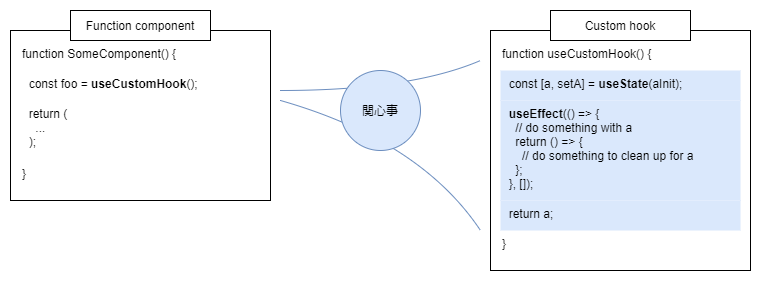
Above: images/what-makes-me-happy-with-react-hooks/custom-hook.png in blog-fukuchiharuki-me/blog-fukuchiharuki-me.github.io (draw.io), before the change. Source tidied: cells renumbered, new cells last; positions are measured from the earlier drawing's top-left corner, leaving out a move shared by most shapes. The source it was exported from:
```xml
<mxGraphModel>
  <root>
    <mxCell id="0" />
    <mxCell id="1" parent="0" />
    <mxCell id="2" style="rounded=0;whiteSpace=wrap;html=1;align=left;" parent="1" vertex="1">
      <mxGeometry x="480" y="20" width="260" height="240" as="geometry" />
    </mxCell>
    <mxCell id="3" value="function useCustomHook() {" style="rounded=0;whiteSpace=wrap;html=1;arcSize=9;verticalAlign=top;align=left;strokeColor=none;" parent="1" vertex="1">
      <mxGeometry x="490" y="30" width="240" height="30" as="geometry" />
    </mxCell>
    <mxCell id="4" value="}" style="rounded=0;whiteSpace=wrap;html=1;arcSize=9;verticalAlign=top;align=left;strokeColor=none;" parent="1" vertex="1">
      <mxGeometry x="490" y="220" width="240" height="30" as="geometry" />
    </mxCell>
    <mxCell id="5" value="&amp;nbsp; return a;" style="rounded=0;whiteSpace=wrap;html=1;arcSize=6;verticalAlign=top;align=left;fillColor=#dae8fc;strokeColor=none;" parent="1" vertex="1">
      <mxGeometry x="490" y="190" width="240" height="30" as="geometry" />
    </mxCell>
    <mxCell id="6" value="&amp;nbsp; &lt;b&gt;useEffect&lt;/b&gt;(() =&amp;gt; {&lt;br&gt;&amp;nbsp; &amp;nbsp; // do something with a&lt;br&gt;&amp;nbsp; &amp;nbsp; return () =&amp;gt; {&lt;br&gt;&amp;nbsp; &amp;nbsp; &amp;nbsp; // do something to clean up for a&lt;br&gt;&amp;nbsp; &amp;nbsp; };&lt;br&gt;&amp;nbsp; }, []);" style="rounded=0;whiteSpace=wrap;html=1;arcSize=9;verticalAlign=top;align=left;fillColor=#dae8fc;strokeColor=none;" parent="1" vertex="1">
      <mxGeometry x="490" y="90" width="240" height="100" as="geometry" />
    </mxCell>
    <mxCell id="7" value="Custom hook" style="rounded=0;whiteSpace=wrap;html=1;sketch=0;align=center;" parent="1" vertex="1">
      <mxGeometry x="540" width="140" height="30" as="geometry" />
    </mxCell>
    <mxCell id="8" value="&amp;nbsp; const [a, setA] = &lt;b&gt;useState&lt;/b&gt;(aInit);" style="rounded=0;whiteSpace=wrap;html=1;arcSize=9;verticalAlign=top;align=left;fillColor=#dae8fc;strokeColor=none;" parent="1" vertex="1">
      <mxGeometry x="490" y="60" width="240" height="30" as="geometry" />
    </mxCell>
    <mxCell id="9" style="rounded=0;whiteSpace=wrap;html=1;align=left;" parent="1" vertex="1">
      <mxGeometry y="20" width="260" height="170" as="geometry" />
    </mxCell>
    <mxCell id="10" value="function SomeComponent() {" style="rounded=0;whiteSpace=wrap;html=1;arcSize=9;verticalAlign=top;align=left;strokeColor=none;" parent="1" vertex="1">
      <mxGeometry x="10" y="30" width="240" height="30" as="geometry" />
    </mxCell>
    <mxCell id="11" value="}" style="rounded=0;whiteSpace=wrap;html=1;arcSize=9;verticalAlign=top;align=left;strokeColor=none;" parent="1" vertex="1">
      <mxGeometry x="10" y="150" width="240" height="30" as="geometry" />
    </mxCell>
    <mxCell id="12" value="&amp;nbsp; return (&lt;br&gt;&amp;nbsp; &amp;nbsp; ...&lt;br&gt;&amp;nbsp; );" style="rounded=0;whiteSpace=wrap;html=1;arcSize=6;verticalAlign=top;align=left;strokeColor=none;" parent="1" vertex="1">
      <mxGeometry x="10" y="90" width="240" height="60" as="geometry" />
    </mxCell>
    <mxCell id="13" value="&amp;nbsp; const foo =&amp;nbsp;&lt;b&gt;useCustomHook&lt;/b&gt;();" style="rounded=0;whiteSpace=wrap;html=1;arcSize=9;verticalAlign=top;align=left;strokeColor=none;fillColor=none;" parent="1" vertex="1">
      <mxGeometry x="10" y="60" width="240" height="30" as="geometry" />
    </mxCell>
    <mxCell id="14" value="Function component" style="rounded=0;whiteSpace=wrap;html=1;sketch=0;align=center;" parent="1" vertex="1">
      <mxGeometry x="60" width="140" height="30" as="geometry" />
    </mxCell>
    <mxCell id="15" style="curved=1;endArrow=none;html=1;endFill=0;strokeColor=#6C8EBF;" parent="1" edge="1">
      <mxGeometry relative="1" as="geometry">
        <mxPoint x="270" y="80" as="sourcePoint" />
        <mxPoint x="470" y="50" as="targetPoint" />
        <Array as="points">
          <mxPoint x="400" y="80" />
        </Array>
      </mxGeometry>
    </mxCell>
    <mxCell id="16" style="curved=1;endArrow=none;html=1;endFill=0;strokeColor=#6C8EBF;" parent="1" edge="1">
      <mxGeometry relative="1" as="geometry">
        <mxPoint x="270" y="90" as="sourcePoint" />
        <mxPoint x="470" y="220" as="targetPoint" />
        <Array as="points">
          <mxPoint x="410" y="130" />
        </Array>
      </mxGeometry>
    </mxCell>
    <mxCell id="17" value="関心事" style="ellipse;whiteSpace=wrap;html=1;rounded=0;sketch=0;fillColor=#dae8fc;align=center;strokeColor=#6C8EBF;" parent="1" vertex="1">
      <mxGeometry x="330" y="60" width="80" height="80" as="geometry" />
    </mxCell>
  </root>
</mxGraphModel>
```
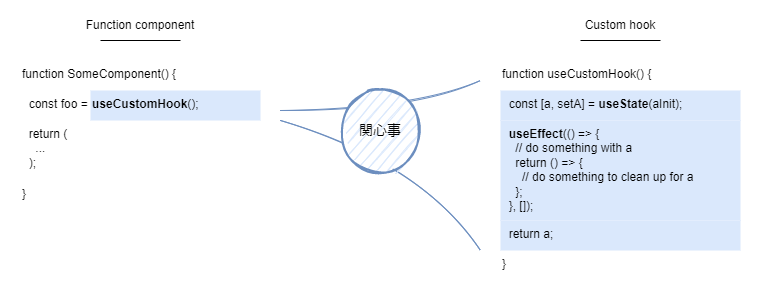
Later version of the same file.

The edit, as a diff of the source:
```diff
@@ -2,7 +2,28 @@
   <root>
     <mxCell id="0" />
     <mxCell id="1" parent="0" />
+    <mxCell id="15" style="curved=1;endArrow=none;html=1;endFill=0;strokeColor=#6C8EBF;sketch=1;" parent="1" edge="1">
+      <mxGeometry relative="1" as="geometry">
+        <mxPoint x="270" y="80" as="sourcePoint" />
+        <mxPoint x="470" y="50" as="targetPoint" />
+        <Array as="points">
+          <mxPoint x="400" y="80" />
+        </Array>
+      </mxGeometry>
+    </mxCell>
+    <mxCell id="16" style="curved=1;endArrow=none;html=1;endFill=0;strokeColor=#6C8EBF;sketch=1;" parent="1" edge="1">
+      <mxGeometry relative="1" as="geometry">
+        <mxPoint x="270" y="90" as="sourcePoint" />
+        <mxPoint x="470" y="220" as="targetPoint" />
+        <Array as="points">
+          <mxPoint x="410" y="130" />
+        </Array>
+      </mxGeometry>
+    </mxCell>
+    <mxCell id="18" style="ellipse;whiteSpace=wrap;html=1;sketch=1;fontSize=14;strokeWidth=2;strokeColor=none;" parent="1" vertex="1">
+      <mxGeometry x="330" y="60" width="80" height="80" as="geometry" />
+    </mxCell>
-    <mxCell id="2" style="rounded=0;whiteSpace=wrap;html=1;align=left;" parent="1" vertex="1">
+    <mxCell id="2" style="rounded=0;whiteSpace=wrap;html=1;align=left;strokeColor=none;" parent="1" vertex="1">
       <mxGeometry x="480" y="20" width="260" height="240" as="geometry" />
     </mxCell>
     <mxCell id="3" value="function useCustomHook() {" style="rounded=0;whiteSpace=wrap;html=1;arcSize=9;verticalAlign=top;align=left;strokeColor=none;" parent="1" vertex="1">
@@ -17,13 +38,13 @@
     <mxCell id="6" value="&amp;nbsp; &lt;b&gt;useEffect&lt;/b&gt;(() =&amp;gt; {&lt;br&gt;&amp;nbsp; &amp;nbsp; // do something with a&lt;br&gt;&amp;nbsp; &amp;nbsp; return () =&amp;gt; {&lt;br&gt;&amp;nbsp; &amp;nbsp; &amp;nbsp; // do something to clean up for a&lt;br&gt;&amp;nbsp; &amp;nbsp; };&lt;br&gt;&amp;nbsp; }, []);" style="rounded=0;whiteSpace=wrap;html=1;arcSize=9;verticalAlign=top;align=left;fillColor=#dae8fc;strokeColor=none;" parent="1" vertex="1">
       <mxGeometry x="490" y="90" width="240" height="100" as="geometry" />
     </mxCell>
-    <mxCell id="7" value="Custom hook" style="rounded=0;whiteSpace=wrap;html=1;sketch=0;align=center;" parent="1" vertex="1">
-      <mxGeometry x="540" width="140" height="30" as="geometry" />
+    <mxCell id="7" value="Custom hook" style="rounded=0;whiteSpace=wrap;html=1;sketch=0;align=center;strokeColor=none;fillColor=none;" parent="1" vertex="1">
+      <mxGeometry x="540" y="-20" width="140" height="30" as="geometry" />
     </mxCell>
     <mxCell id="8" value="&amp;nbsp; const [a, setA] = &lt;b&gt;useState&lt;/b&gt;(aInit);" style="rounded=0;whiteSpace=wrap;html=1;arcSize=9;verticalAlign=top;align=left;fillColor=#dae8fc;strokeColor=none;" parent="1" vertex="1">
       <mxGeometry x="490" y="60" width="240" height="30" as="geometry" />
     </mxCell>
-    <mxCell id="9" style="rounded=0;whiteSpace=wrap;html=1;align=left;" parent="1" vertex="1">
+    <mxCell id="9" style="rounded=0;whiteSpace=wrap;html=1;align=left;strokeColor=none;" parent="1" vertex="1">
       <mxGeometry y="20" width="260" height="170" as="geometry" />
     </mxCell>
     <mxCell id="10" value="function SomeComponent() {" style="rounded=0;whiteSpace=wrap;html=1;arcSize=9;verticalAlign=top;align=left;strokeColor=none;" parent="1" vertex="1">
@@ -38,29 +59,26 @@
     <mxCell id="13" value="&amp;nbsp; const foo =&amp;nbsp;&lt;b&gt;useCustomHook&lt;/b&gt;();" style="rounded=0;whiteSpace=wrap;html=1;arcSize=9;verticalAlign=top;align=left;strokeColor=none;fillColor=none;" parent="1" vertex="1">
       <mxGeometry x="10" y="60" width="240" height="30" as="geometry" />
     </mxCell>
-    <mxCell id="14" value="Function component" style="rounded=0;whiteSpace=wrap;html=1;sketch=0;align=center;" parent="1" vertex="1">
-      <mxGeometry x="60" width="140" height="30" as="geometry" />
+    <mxCell id="14" value="Function component" style="rounded=0;whiteSpace=wrap;html=1;sketch=0;align=center;strokeColor=none;fillColor=none;" parent="1" vertex="1">
+      <mxGeometry x="60" y="-20" width="140" height="30" as="geometry" />
     </mxCell>
-    <mxCell id="15" style="curved=1;endArrow=none;html=1;endFill=0;strokeColor=#6C8EBF;" parent="1" edge="1">
-      <mxGeometry relative="1" as="geometry">
-        <mxPoint x="270" y="80" as="sourcePoint" />
-        <mxPoint x="470" y="50" as="targetPoint" />
-        <Array as="points">
-          <mxPoint x="400" y="80" />
-        </Array>
-      </mxGeometry>
-    </mxCell>
-    <mxCell id="16" style="curved=1;endArrow=none;html=1;endFill=0;strokeColor=#6C8EBF;" parent="1" edge="1">
-      <mxGeometry relative="1" as="geometry">
-        <mxPoint x="270" y="90" as="sourcePoint" />
-        <mxPoint x="470" y="220" as="targetPoint" />
-        <Array as="points">
-          <mxPoint x="410" y="130" />
-        </Array>
-      </mxGeometry>
-    </mxCell>
-    <mxCell id="17" value="関心事" style="ellipse;whiteSpace=wrap;html=1;rounded=0;sketch=0;fillColor=#dae8fc;align=center;strokeColor=#6C8EBF;" parent="1" vertex="1">
+    <mxCell id="17" value="関心事" style="ellipse;whiteSpace=wrap;html=1;rounded=0;sketch=1;fillColor=#dae8fc;align=center;strokeColor=#6C8EBF;fontSize=14;strokeWidth=2;" parent="1" vertex="1">
       <mxGeometry x="330" y="60" width="80" height="80" as="geometry" />
     </mxCell>
+    <mxCell id="19" style="endArrow=none;html=1;sketch=0;fontSize=14;curved=1;" parent="1" edge="1">
+      <mxGeometry relative="1" as="geometry">
+        <mxPoint x="90" y="10" as="sourcePoint" />
+        <mxPoint x="170" y="10" as="targetPoint" />
+      </mxGeometry>
+    </mxCell>
+    <mxCell id="20" style="endArrow=none;html=1;sketch=0;fontSize=14;curved=1;" parent="1" edge="1">
+      <mxGeometry relative="1" as="geometry">
+        <mxPoint x="570" y="10" as="sourcePoint" />
+        <mxPoint x="650" y="10" as="targetPoint" />
+      </mxGeometry>
+    </mxCell>
+    <mxCell id="21" value="&lt;b&gt;useCustomHook&lt;/b&gt;();" style="rounded=0;whiteSpace=wrap;html=1;arcSize=9;verticalAlign=top;align=left;fillColor=#dae8fc;strokeColor=none;" parent="1" vertex="1">
+      <mxGeometry x="80" y="60" width="170" height="30" as="geometry" />
+    </mxCell>
   </root>
 </mxGraphModel>
```
